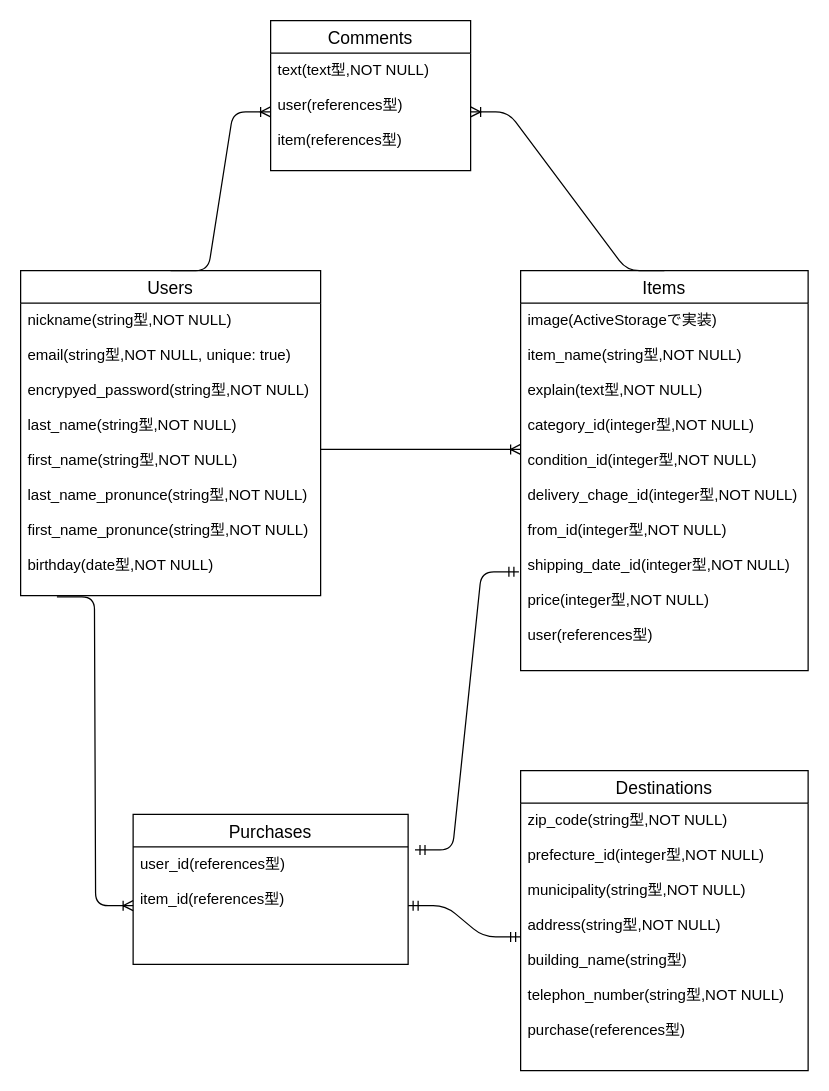
Before: furima.dio in mokomoko-ogata/furima-35230, a draw.io diagram. Source tidied: cells renumbered, new cells numbered last; positions are measured from the earlier drawing's top-left corner, leaving out a move shared by most shapes. Both pictures are drawn from the tidied source at 125%, with x=0, y=0 at pixel (20, 20).
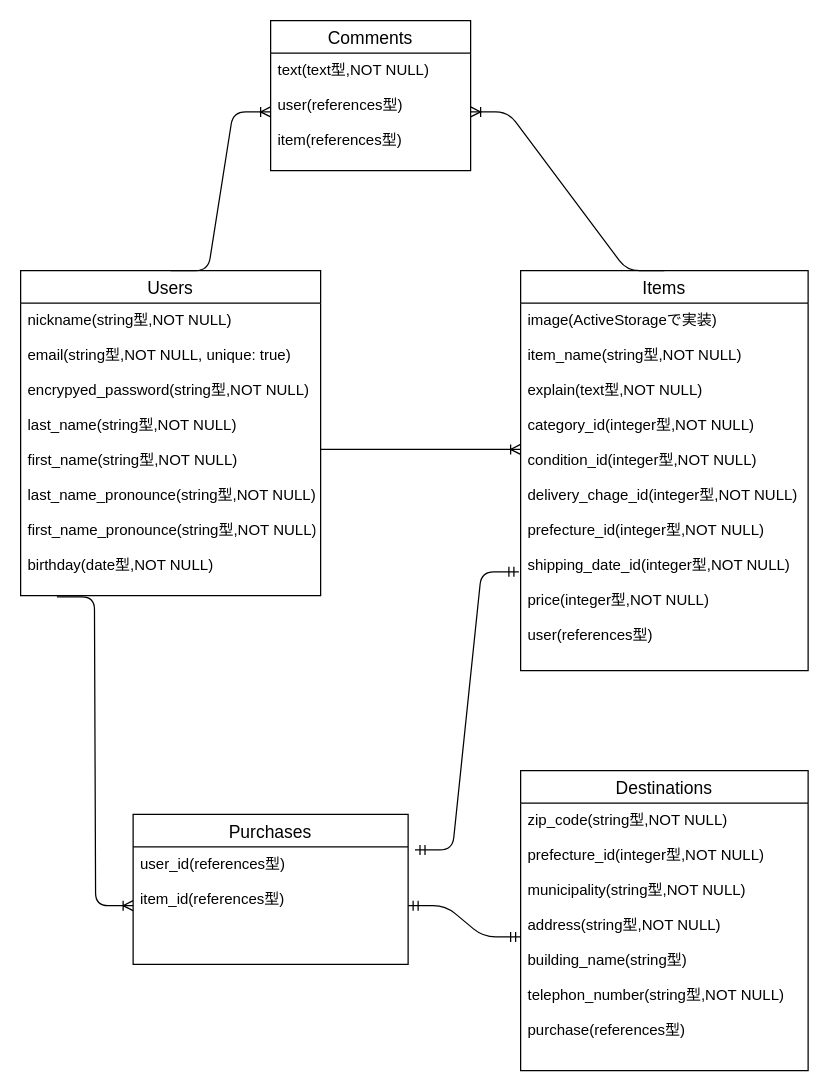
Above is the later version.

Commit message (it also covers changes not shown here):
同じactive_hashを使用できる部分のカラム名統一

What changed in the source:
```diff
@@
 <mxGraphModel>
   <root>
     <mxCell id="0" />
     <mxCell id="1" parent="0" />
     <mxCell id="2" value="Users" style="swimlane;fontStyle=0;horizontal=1;startSize=26;align=center;fontSize=14;" parent="1" vertex="1">
       <mxGeometry y="200" width="240" height="260" as="geometry" />
     </mxCell>
-    <mxCell id="3" value="nickname(string型,NOT NULL)&#10;&#10;email(string型,NOT NULL, unique: true)&#10;&#10;encrypyed_password(string型,NOT NULL)&#10;&#10;last_name(string型,NOT NULL)&#10;&#10;first_name(string型,NOT NULL)&#10;&#10;last_name_pronunce(string型,NOT NULL)&#10;&#10;first_name_pronunce(string型,NOT NULL)&#10;&#10;birthday(date型,NOT NULL)" style="text;strokeColor=none;fillColor=none;spacingLeft=4;spacingRight=4;overflow=hidden;points=[[0,0.5],[1,0.5]];portConstraint=eastwest;fontSize=12;" parent="2" vertex="1">
+    <mxCell id="3" value="nickname(string型,NOT NULL)&#10;&#10;email(string型,NOT NULL, unique: true)&#10;&#10;encrypyed_password(string型,NOT NULL)&#10;&#10;last_name(string型,NOT NULL)&#10;&#10;first_name(string型,NOT NULL)&#10;&#10;last_name_pronounce(string型,NOT NULL)&#10;&#10;first_name_pronounce(string型,NOT NULL)&#10;&#10;birthday(date型,NOT NULL)" style="text;strokeColor=none;fillColor=none;spacingLeft=4;spacingRight=4;overflow=hidden;points=[[0,0.5],[1,0.5]];portConstraint=eastwest;fontSize=12;" parent="2" vertex="1">
       <mxGeometry y="26" width="240" height="234" as="geometry" />
     </mxCell>
     <mxCell id="4" value="Items" style="swimlane;fontStyle=0;horizontal=1;startSize=26;align=center;fontSize=14;" parent="1" vertex="1">
       <mxGeometry x="400" y="200" width="230" height="320" as="geometry" />
     </mxCell>
-    <mxCell id="5" value="image(ActiveStorageで実装)&#10;&#10;item_name(string型,NOT NULL)&#10;&#10;explain(text型,NOT NULL)&#10;&#10;category_id(integer型,NOT NULL)&#10;&#10;condition_id(integer型,NOT NULL)&#10;&#10;delivery_chage_id(integer型,NOT NULL)&#10;&#10;from_id(integer型,NOT NULL)&#10;&#10;shipping_date_id(integer型,NOT NULL)&#10;&#10;price(integer型,NOT NULL)&#10;&#10;user(references型)" style="text;strokeColor=none;fillColor=none;spacingLeft=4;spacingRight=4;overflow=hidden;points=[[0,0.5],[1,0.5]];portConstraint=eastwest;fontSize=12;" parent="4" vertex="1">
+    <mxCell id="5" value="image(ActiveStorageで実装)&#10;&#10;item_name(string型,NOT NULL)&#10;&#10;explain(text型,NOT NULL)&#10;&#10;category_id(integer型,NOT NULL)&#10;&#10;condition_id(integer型,NOT NULL)&#10;&#10;delivery_chage_id(integer型,NOT NULL)&#10;&#10;prefecture_id(integer型,NOT NULL)&#10;&#10;shipping_date_id(integer型,NOT NULL)&#10;&#10;price(integer型,NOT NULL)&#10;&#10;user(references型)" style="text;strokeColor=none;fillColor=none;spacingLeft=4;spacingRight=4;overflow=hidden;points=[[0,0.5],[1,0.5]];portConstraint=eastwest;fontSize=12;" parent="4" vertex="1">
       <mxGeometry y="26" width="230" height="294" as="geometry" />
     </mxCell>
     <mxCell id="6" value="Purchases" style="swimlane;fontStyle=0;horizontal=1;startSize=26;align=center;fontSize=14;" parent="1" vertex="1">
       <mxGeometry x="90" y="635" width="220" height="120" as="geometry" />
     </mxCell>
     <mxCell id="7" value="user_id(references型)&#10;&#10;item_id(references型)" style="text;strokeColor=none;fillColor=none;spacingLeft=4;spacingRight=4;overflow=hidden;points=[[0,0.5],[1,0.5]];portConstraint=eastwest;fontSize=12;" parent="6" vertex="1">
       <mxGeometry y="26" width="220" height="94" as="geometry" />
     </mxCell>
     <mxCell id="8" value="Destinations" style="swimlane;fontStyle=0;horizontal=1;startSize=26;align=center;fontSize=14;" parent="1" vertex="1">
       <mxGeometry x="400" y="600" width="230" height="240" as="geometry" />
     </mxCell>
     <mxCell id="9" value="zip_code(string型,NOT NULL)&#10;&#10;prefecture_id(integer型,NOT NULL)&#10;&#10;municipality(string型,NOT NULL)&#10;&#10;address(string型,NOT NULL)&#10;&#10;building_name(string型)&#10;&#10;telephon_number(string型,NOT NULL)&#10;&#10;purchase(references型)" style="text;strokeColor=none;fillColor=none;spacingLeft=4;spacingRight=4;overflow=hidden;points=[[0,0.5],[1,0.5]];portConstraint=eastwest;fontSize=12;" parent="8" vertex="1">
       <mxGeometry y="26" width="230" height="214" as="geometry" />
     </mxCell>
     <mxCell id="10" value="Comments" style="swimlane;fontStyle=0;horizontal=1;startSize=26;align=center;fontSize=14;" parent="1" vertex="1">
       <mxGeometry x="200" width="160" height="120" as="geometry" />
     </mxCell>
     <mxCell id="11" value="text(text型,NOT NULL)&#10;&#10;user(references型)&#10;&#10;item(references型)" style="text;strokeColor=none;fillColor=none;spacingLeft=4;spacingRight=4;overflow=hidden;points=[[0,0.5],[1,0.5]];portConstraint=eastwest;fontSize=12;" parent="10" vertex="1">
       <mxGeometry y="26" width="160" height="94" as="geometry" />
     </mxCell>
     <mxCell id="12" style="edgeStyle=entityRelationEdgeStyle;fontSize=12;html=1;endArrow=ERoneToMany;exitX=1;exitY=0.5;exitDx=0;exitDy=0;entryX=0;entryY=0.398;entryDx=0;entryDy=0;entryPerimeter=0;" parent="1" edge="1" source="3" target="5">
       <mxGeometry relative="1" as="geometry" />
     </mxCell>
     <mxCell id="13" style="edgeStyle=entityRelationEdgeStyle;fontSize=12;html=1;endArrow=ERoneToMany;exitX=0.5;exitY=0;exitDx=0;exitDy=0;entryX=0;entryY=0.5;entryDx=0;entryDy=0;" parent="1" edge="1" source="2" target="11">
       <mxGeometry relative="1" as="geometry" />
     </mxCell>
     <mxCell id="14" style="edgeStyle=entityRelationEdgeStyle;fontSize=12;html=1;endArrow=ERoneToMany;exitX=0.5;exitY=0;exitDx=0;exitDy=0;entryX=1;entryY=0.5;entryDx=0;entryDy=0;" parent="1" edge="1" source="4" target="11">
       <mxGeometry relative="1" as="geometry" />
     </mxCell>
     <mxCell id="15" style="edgeStyle=entityRelationEdgeStyle;fontSize=12;html=1;endArrow=ERoneToMany;entryX=0;entryY=0.5;entryDx=0;entryDy=0;exitX=0.121;exitY=1.004;exitDx=0;exitDy=0;exitPerimeter=0;" parent="1" edge="1" source="3" target="7">
       <mxGeometry relative="1" as="geometry" />
     </mxCell>
     <mxCell id="16" style="edgeStyle=entityRelationEdgeStyle;fontSize=12;html=1;endArrow=ERmandOne;startArrow=ERmandOne;entryX=0;entryY=0.5;entryDx=0;entryDy=0;exitX=1;exitY=0.5;exitDx=0;exitDy=0;" parent="1" edge="1" source="7" target="9">
       <mxGeometry relative="1" as="geometry" />
     </mxCell>
     <mxCell id="17" style="edgeStyle=entityRelationEdgeStyle;fontSize=12;html=1;endArrow=ERmandOne;startArrow=ERmandOne;entryX=-0.006;entryY=0.731;entryDx=0;entryDy=0;entryPerimeter=0;exitX=1.025;exitY=0.026;exitDx=0;exitDy=0;exitPerimeter=0;" parent="1" edge="1" source="7" target="5">
       <mxGeometry relative="1" as="geometry" />
     </mxCell>
   </root>
 </mxGraphModel>
```
